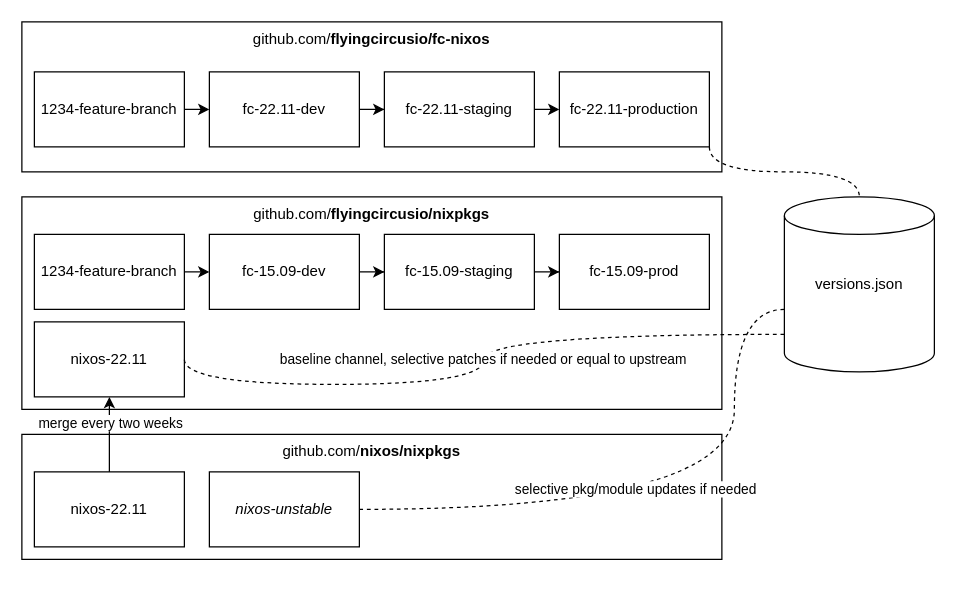
flyingcircusio/drawio keeps this draw.io diagram as Nixos Repos and Branches.drawio. Above is the earlier version. Source tidied: cells renumbered, new cells numbered last; positions are measured from the earlier drawing's top-left corner, leaving out a move shared by most shapes. Both pictures are drawn from the tidied source at 125%, with x=0, y=0 at pixel (21, 21).
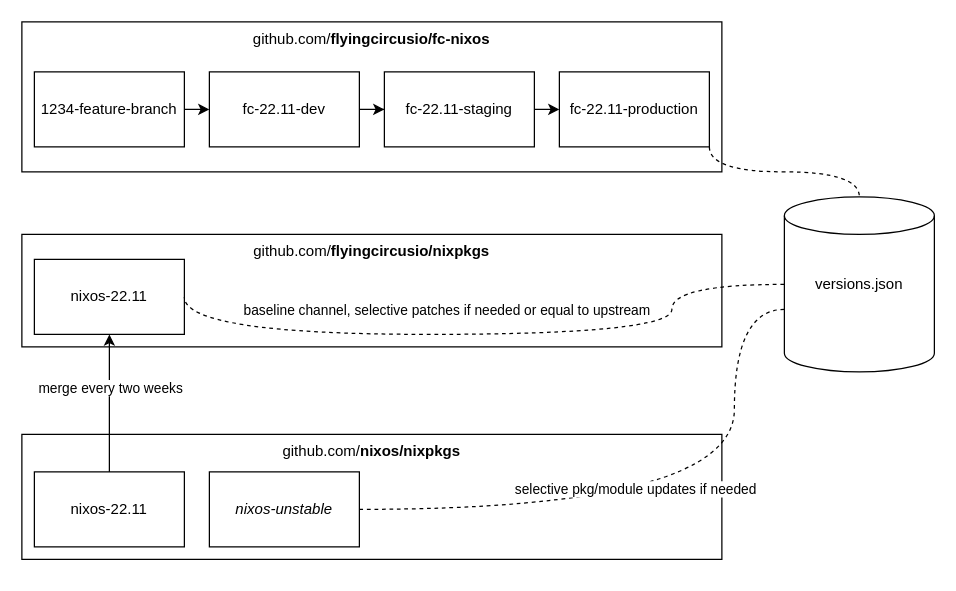
The same diagram, later.

The change refers to these unchanged cells:
```xml
<mxCell id="30" value="versions.json" style="shape=cylinder2;whiteSpace=wrap;html=1;boundedLbl=1;backgroundOutline=1;size=15;" parent="1" vertex="1">
  <mxGeometry x="610" y="140" width="120" height="140" as="geometry" />
</mxCell>
```

Change to the diagram source:
```diff
@@
+    <mxCell id="3" value="github.com/&lt;b&gt;flyingcircusio/nixpkgs&lt;/b&gt;" style="rounded=0;whiteSpace=wrap;html=1;verticalAlign=top;" parent="1" vertex="1">
+      <mxGeometry y="170" width="560" height="90" as="geometry" />
+    </mxCell>
@@
-    <mxCell id="3" value="github.com/&lt;b&gt;flyingcircusio/nixpkgs&lt;/b&gt;" style="rounded=0;whiteSpace=wrap;html=1;verticalAlign=top;" parent="1" vertex="1">
-      <mxGeometry y="140" width="560" height="170" as="geometry" />
-    </mxCell>
@@
     <mxCell id="5" value="nixos-22.11" style="rounded=0;whiteSpace=wrap;html=1;" parent="1" vertex="1">
-      <mxGeometry x="10" y="240" width="120" height="60" as="geometry" />
+      <mxGeometry x="10" y="190" width="120" height="60" as="geometry" />
     </mxCell>
@@
-    <mxCell id="9" style="edgeStyle=orthogonalEdgeStyle;rounded=0;jettySize=auto;html=1;" parent="1" edge="1" source="10" target="12">
-      <mxGeometry relative="1" as="geometry" />
-    </mxCell>
-    <mxCell id="10" value="fc-15.09-dev" style="rounded=0;whiteSpace=wrap;html=1;" parent="1" vertex="1">
-      <mxGeometry x="150" y="170" width="120" height="60" as="geometry" />
-    </mxCell>
-    <mxCell id="11" style="edgeStyle=orthogonalEdgeStyle;rounded=0;jettySize=auto;html=1;" parent="1" edge="1" source="12" target="13">
-      <mxGeometry relative="1" as="geometry" />
-    </mxCell>
-    <mxCell id="12" value="fc-15.09-staging" style="rounded=0;whiteSpace=wrap;html=1;" parent="1" vertex="1">
-      <mxGeometry x="290" y="170" width="120" height="60" as="geometry" />
-    </mxCell>
-    <mxCell id="13" value="fc-15.09-prod" style="rounded=0;whiteSpace=wrap;html=1;" parent="1" vertex="1">
-      <mxGeometry x="430" y="170" width="120" height="60" as="geometry" />
-    </mxCell>
-    <mxCell id="14" style="edgeStyle=orthogonalEdgeStyle;rounded=0;jettySize=auto;html=1;exitX=1;exitY=0.5;exitDx=0;exitDy=0;entryX=0;entryY=0.5;entryDx=0;entryDy=0;" parent="1" edge="1" source="15" target="10">
-      <mxGeometry relative="1" as="geometry" />
-    </mxCell>
-    <mxCell id="15" value="1234-feature-branch" style="rounded=0;whiteSpace=wrap;html=1;" parent="1" vertex="1">
-      <mxGeometry x="10" y="170" width="120" height="60" as="geometry" />
-    </mxCell>
@@
     <mxCell id="28" style="edgeStyle=orthogonalEdgeStyle;sketch=0;jettySize=auto;html=1;shadow=0;dashed=1;endArrow=none;endFill=0;strokeColor=#000000;entryX=1;entryY=0.5;entryDx=0;entryDy=0;curved=1;" parent="1" edge="1" source="30" target="5">
       <mxGeometry relative="1" as="geometry">
         <Array as="points">
-          <mxPoint x="370" y="250" />
-          <mxPoint x="370" y="290" />
-          <mxPoint x="130" y="290" />
+          <mxPoint x="520" y="210" />
+          <mxPoint x="520" y="250" />
+          <mxPoint x="130" y="250" />
         </Array>
       </mxGeometry>
     </mxCell>
     <mxCell id="29" value="baseline channel, selective patches if needed or equal to upstream" style="edgeLabel;html=1;align=center;verticalAlign=middle;" parent="28" vertex="1">
       <mxGeometry x="-0.11" y="19" relative="1" as="geometry">
-        <mxPoint x="-21" y="19" as="offset" />
+        <mxPoint x="-66" y="-39" as="offset" />
       </mxGeometry>
     </mxCell>
```
